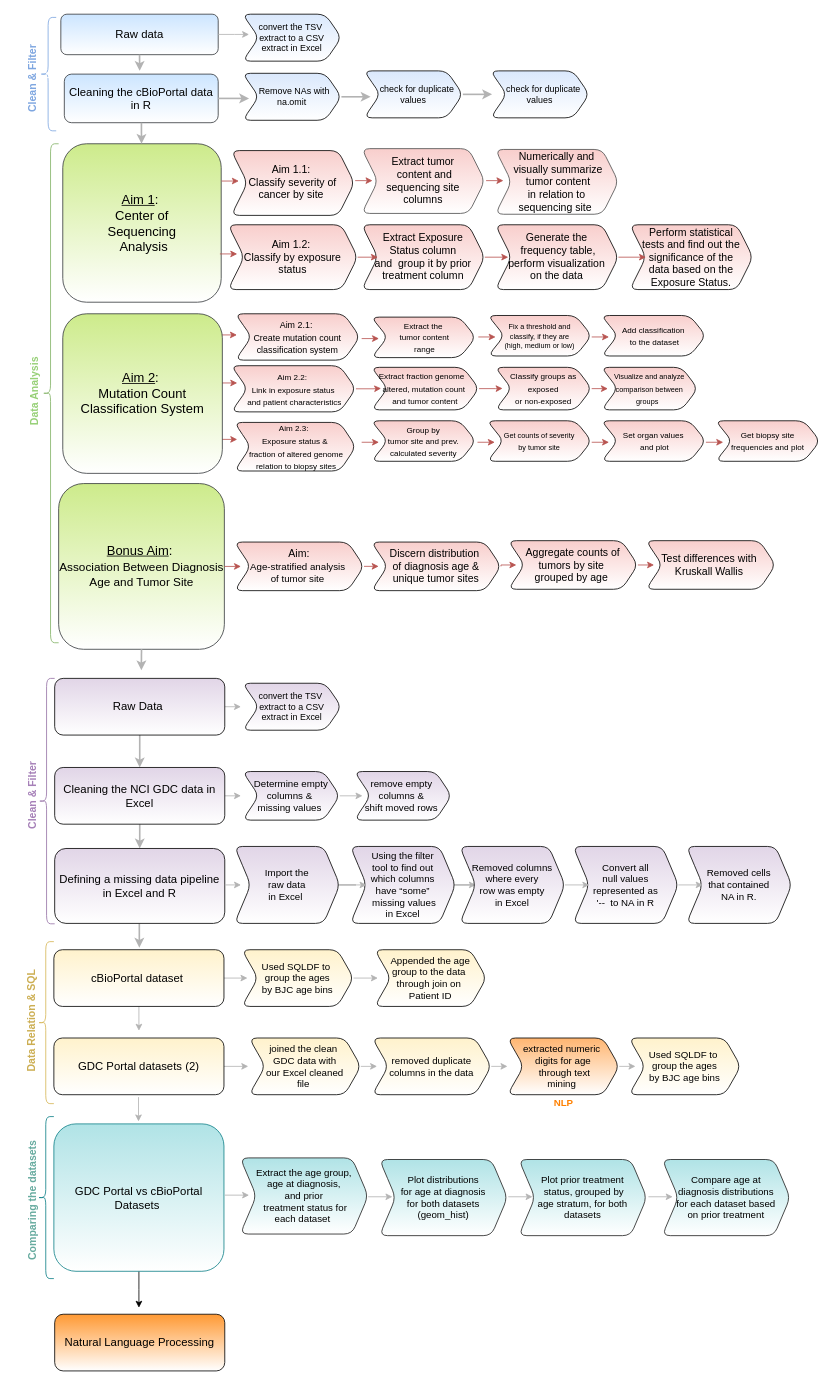
Before: Updated_img.drawio in aiy-wish/Data-Wrangling-Project, a draw.io diagram. Source tidied: cells renumbered, new cells numbered last; positions are measured from the earlier drawing's top-left corner, leaving out a move shared by most shapes. Both pictures are drawn from the tidied source at 81%, with x=0, y=0 at pixel (-32, 14).
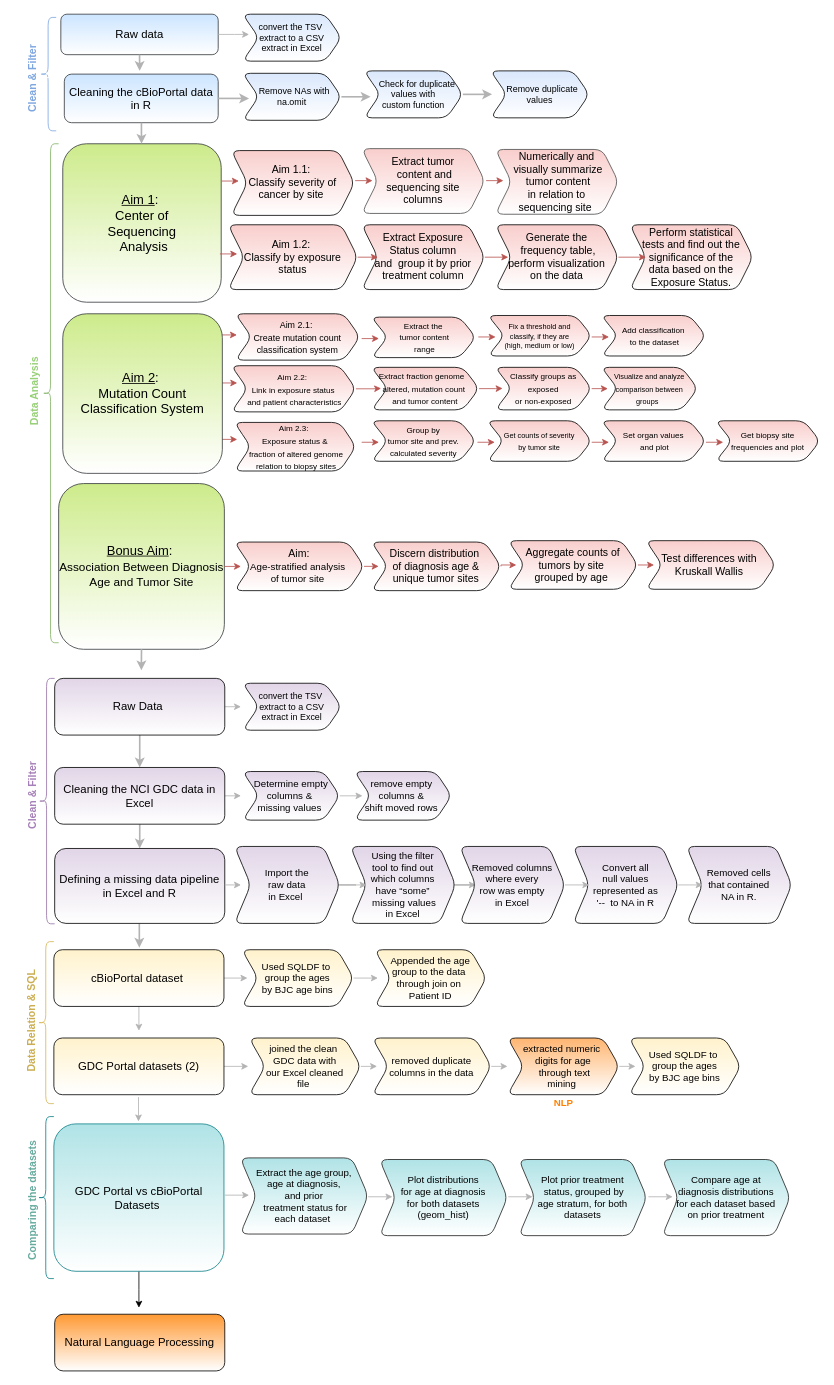
Above is the later version.

The change refers to these unchanged cells:
```xml
<mxCell id="3" style="group;" parent="2" vertex="1">
  <mxGeometry x="41" width="560" height="780" as="geometry" />
</mxCell>
```

What changed in the source:
```diff
@@
-    <mxCell id="35" value="&lt;span style=&quot;font-size: 11px&quot;&gt;&amp;nbsp; &amp;nbsp;check for duplicate&lt;br&gt;values&lt;br&gt;&lt;/span&gt;" style="shape=step;perimeter=stepPerimeter;whiteSpace=wrap;html=1;fixedSize=1;fontSize=10;strokeColor=default;fillColor=#dae8fc;align=center;rounded=1;gradientColor=#ffffff;" parent="3" vertex="1">
+    <mxCell id="35" value="&lt;span style=&quot;font-size: 11px&quot;&gt;&amp;nbsp; &amp;nbsp;Check for duplicate&lt;br&gt;values with &lt;br&gt;custom function&lt;br&gt;&lt;/span&gt;" style="shape=step;perimeter=stepPerimeter;whiteSpace=wrap;html=1;fixedSize=1;fontSize=10;strokeColor=default;fillColor=#dae8fc;align=center;rounded=1;gradientColor=#ffffff;" parent="3" vertex="1">
       <mxGeometry x="390.9" y="66" width="122" height="58" as="geometry" />
     </mxCell>
@@
-    <mxCell id="56" value="&lt;span style=&quot;font-size: 11px&quot;&gt;&amp;nbsp; &amp;nbsp;check for duplicate&lt;br&gt;values&lt;br&gt;&lt;/span&gt;" style="shape=step;perimeter=stepPerimeter;whiteSpace=wrap;html=1;fixedSize=1;fontSize=10;strokeColor=default;fillColor=#dae8fc;align=center;rounded=1;gradientColor=#ffffff;" parent="1" vertex="1">
+    <mxCell id="56" value="&lt;span style=&quot;font-size: 11px&quot;&gt;&amp;nbsp; Remove duplicate values&lt;br&gt;&lt;/span&gt;" style="shape=step;perimeter=stepPerimeter;whiteSpace=wrap;html=1;fixedSize=1;fontSize=10;strokeColor=default;fillColor=#dae8fc;align=center;rounded=1;gradientColor=#ffffff;" parent="1" vertex="1">
       <mxGeometry x="645" y="70" width="122" height="58" as="geometry" />
     </mxCell>
```
